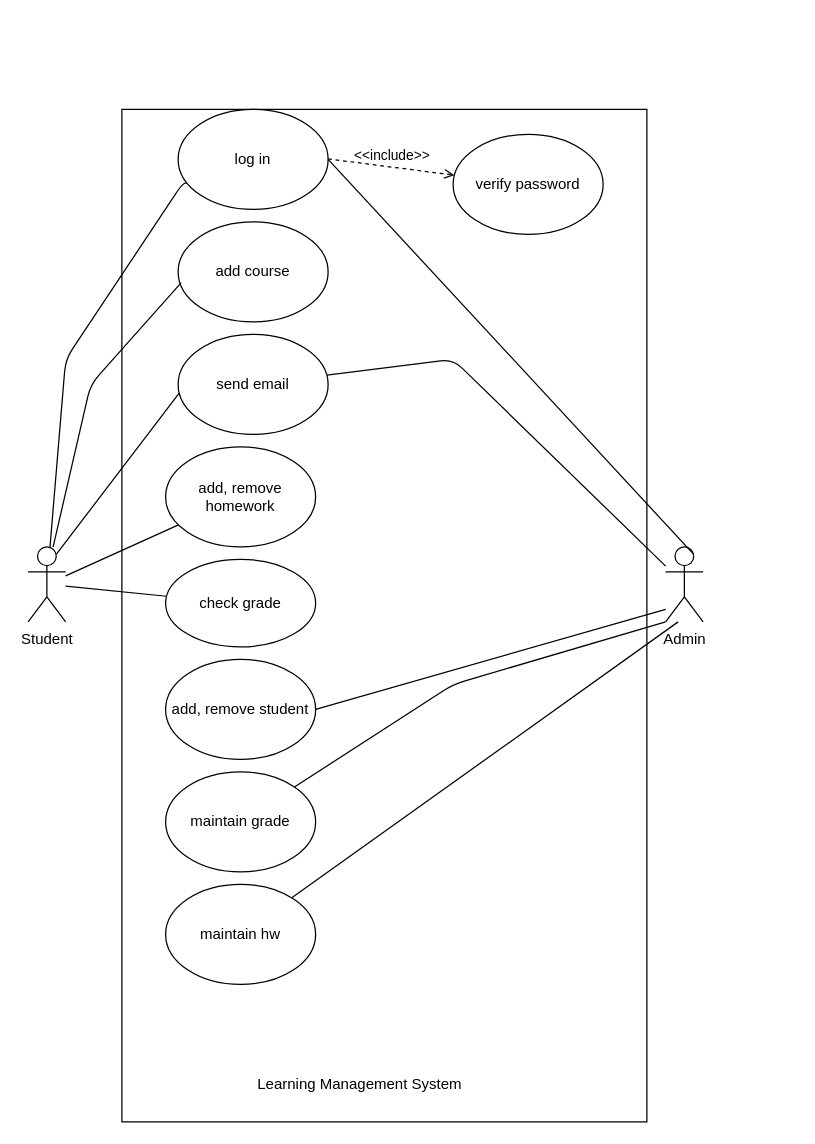
Above: Untitled Diagram.drawio in haris8/use_case (draw.io), before the change. Source tidied: cells renumbered, new cells numbered last; positions are measured from the earlier drawing's top-left corner, leaving out a move shared by most shapes. Both pictures are drawn from the tidied source at 125%, with x=0, y=0 at pixel (28, 109).
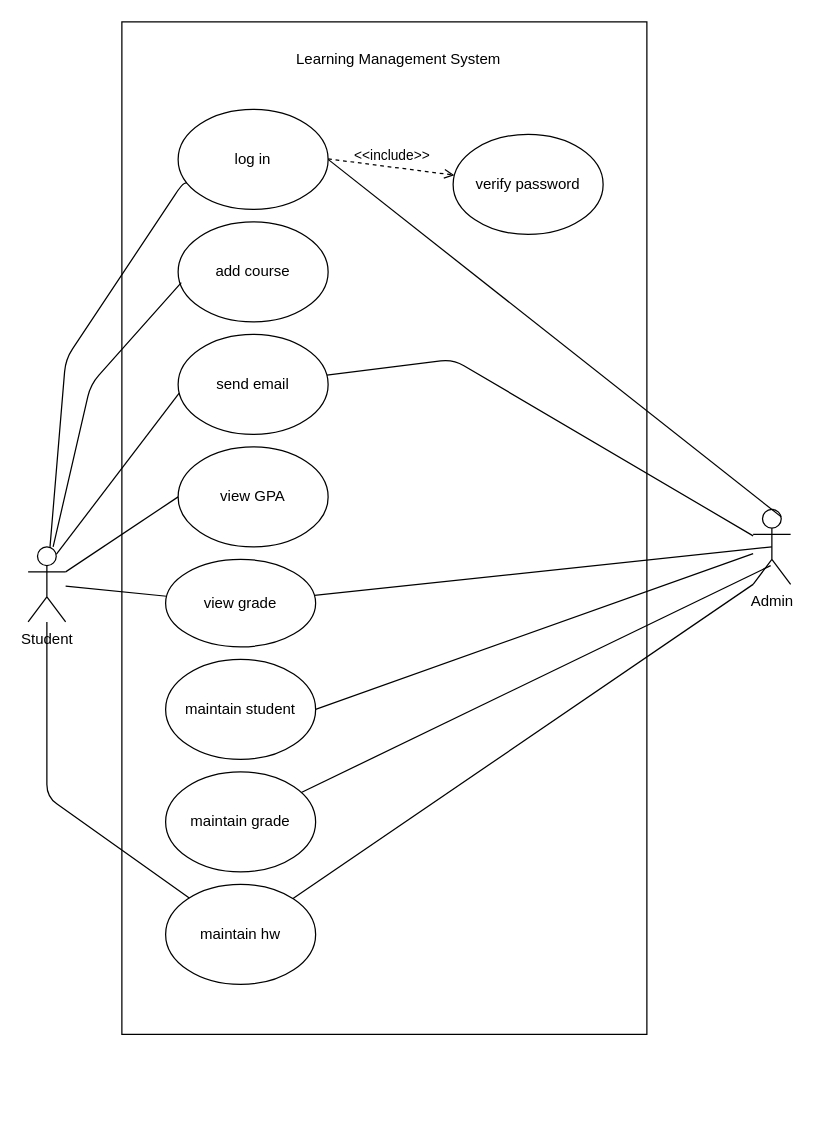
The same page after the edit.

The change refers to these unchanged cells:
```xml
<mxCell id="9" value="maintain hw" style="ellipse;whiteSpace=wrap;html=1;" parent="1" vertex="1">
  <mxGeometry x="110" y="620" width="120" height="80" as="geometry" />
</mxCell>
<mxCell id="13" value="maintain grade" style="ellipse;whiteSpace=wrap;html=1;" parent="1" vertex="1">
  <mxGeometry x="110" y="530" width="120" height="80" as="geometry" />
</mxCell>
<mxCell id="14" value="Student" style="shape=umlActor;verticalLabelPosition=bottom;labelBackgroundColor=#ffffff;verticalAlign=top;html=1;outlineConnect=0;" parent="1" vertex="1">
  <mxGeometry y="350" width="30" height="60" as="geometry" />
</mxCell>
```

The edit, as a diff of the source:
```diff
@@
     <mxCell id="2" style="rounded=0;whiteSpace=wrap;html=1;" parent="1" vertex="1">
-      <mxGeometry x="75" width="420" height="810" as="geometry" />
+      <mxGeometry x="75" y="-70" width="420" height="810" as="geometry" />
     </mxCell>
-    <mxCell id="3" value="check grade" style="ellipse;whiteSpace=wrap;html=1;" parent="1" vertex="1">
+    <mxCell id="3" value="view grade" style="ellipse;whiteSpace=wrap;html=1;" parent="1" vertex="1">
       <mxGeometry x="110" y="360" width="120" height="70" as="geometry" />
     </mxCell>
-    <mxCell id="4" value="add, remove homework" style="ellipse;whiteSpace=wrap;html=1;" parent="1" vertex="1">
-      <mxGeometry x="110" y="270" width="120" height="80" as="geometry" />
-    </mxCell>
@@
-    <mxCell id="10" value="add, remove student" style="ellipse;whiteSpace=wrap;html=1;" parent="1" vertex="1">
+    <mxCell id="10" value="maintain student" style="ellipse;whiteSpace=wrap;html=1;" parent="1" vertex="1">
       <mxGeometry x="110" y="440" width="120" height="80" as="geometry" />
     </mxCell>
     <mxCell id="11" value="Admin" style="shape=umlActor;verticalLabelPosition=bottom;labelBackgroundColor=#ffffff;verticalAlign=top;html=1;outlineConnect=0;" parent="1" vertex="1">
-      <mxGeometry x="510" y="350" width="30" height="60" as="geometry" />
+      <mxGeometry x="580" y="320" width="30" height="60" as="geometry" />
     </mxCell>
@@
-    <mxCell id="19" style="endArrow=none;html=1;" parent="1" edge="1" source="4" target="14">
-      <mxGeometry relative="1" as="geometry" />
+    <mxCell id="19" style="endArrow=none;html=1;" parent="1" edge="1" source="9" target="14">
+      <mxGeometry relative="1" as="geometry">
+        <Array as="points">
+          <mxPoint x="15" y="550" />
+        </Array>
+      </mxGeometry>
     </mxCell>
@@
-    <mxCell id="22" style="endArrow=none;html=1;exitX=1;exitY=0.5;exitDx=0;exitDy=0;" parent="1" edge="1" source="10">
-      <mxGeometry relative="1" as="geometry">
-        <mxPoint x="510" y="400" as="targetPoint" />
-      </mxGeometry>
+    <mxCell id="22" style="endArrow=none;html=1;exitX=1;exitY=0.5;exitDx=0;exitDy=0;" parent="1" edge="1" source="10" target="11">
+      <mxGeometry relative="1" as="geometry" />
     </mxCell>
-    <mxCell id="23" style="endArrow=none;html=1;" parent="1" edge="1" source="13">
-      <mxGeometry relative="1" as="geometry">
-        <mxPoint x="510" y="410" as="targetPoint" />
-        <Array as="points">
-          <mxPoint x="340" y="460" />
-        </Array>
-      </mxGeometry>
+    <mxCell id="23" style="endArrow=none;html=1;entryX=0.467;entryY=0.75;entryDx=0;entryDy=0;entryPerimeter=0;" parent="1" edge="1" source="13" target="11">
+      <mxGeometry relative="1" as="geometry" />
     </mxCell>
-    <mxCell id="24" style="endArrow=none;html=1;" parent="1" edge="1" source="9">
-      <mxGeometry relative="1" as="geometry">
-        <mxPoint x="520" y="410" as="targetPoint" />
-      </mxGeometry>
+    <mxCell id="24" style="endArrow=none;html=1;entryX=0;entryY=1;entryDx=0;entryDy=0;entryPerimeter=0;" parent="1" edge="1" source="9" target="11">
+      <mxGeometry relative="1" as="geometry" />
     </mxCell>
+    <mxCell id="26" style="endArrow=none;html=1;entryX=0.5;entryY=0.5;entryDx=0;entryDy=0;entryPerimeter=0;" parent="1" edge="1" source="3" target="11">
+      <mxGeometry relative="1" as="geometry" />
+    </mxCell>
     <mxCell id="25" value="Learning Management System" style="text;html=1;align=center;verticalAlign=middle;" parent="1" vertex="1">
-      <mxGeometry x="175" y="770" width="180" height="20" as="geometry" />
+      <mxGeometry x="206" y="-50" width="180" height="20" as="geometry" />
     </mxCell>
+    <mxCell id="27" value="view GPA" style="ellipse;whiteSpace=wrap;html=1;" parent="1" vertex="1">
+      <mxGeometry x="120" y="270" width="120" height="80" as="geometry" />
+    </mxCell>
+    <mxCell id="28" style="endArrow=none;html=1;exitX=1;exitY=0.3333333333333333;exitDx=0;exitDy=0;exitPerimeter=0;" parent="1" edge="1" source="14">
+      <mxGeometry relative="1" as="geometry">
+        <mxPoint x="120" y="310" as="targetPoint" />
+      </mxGeometry>
+    </mxCell>
```
